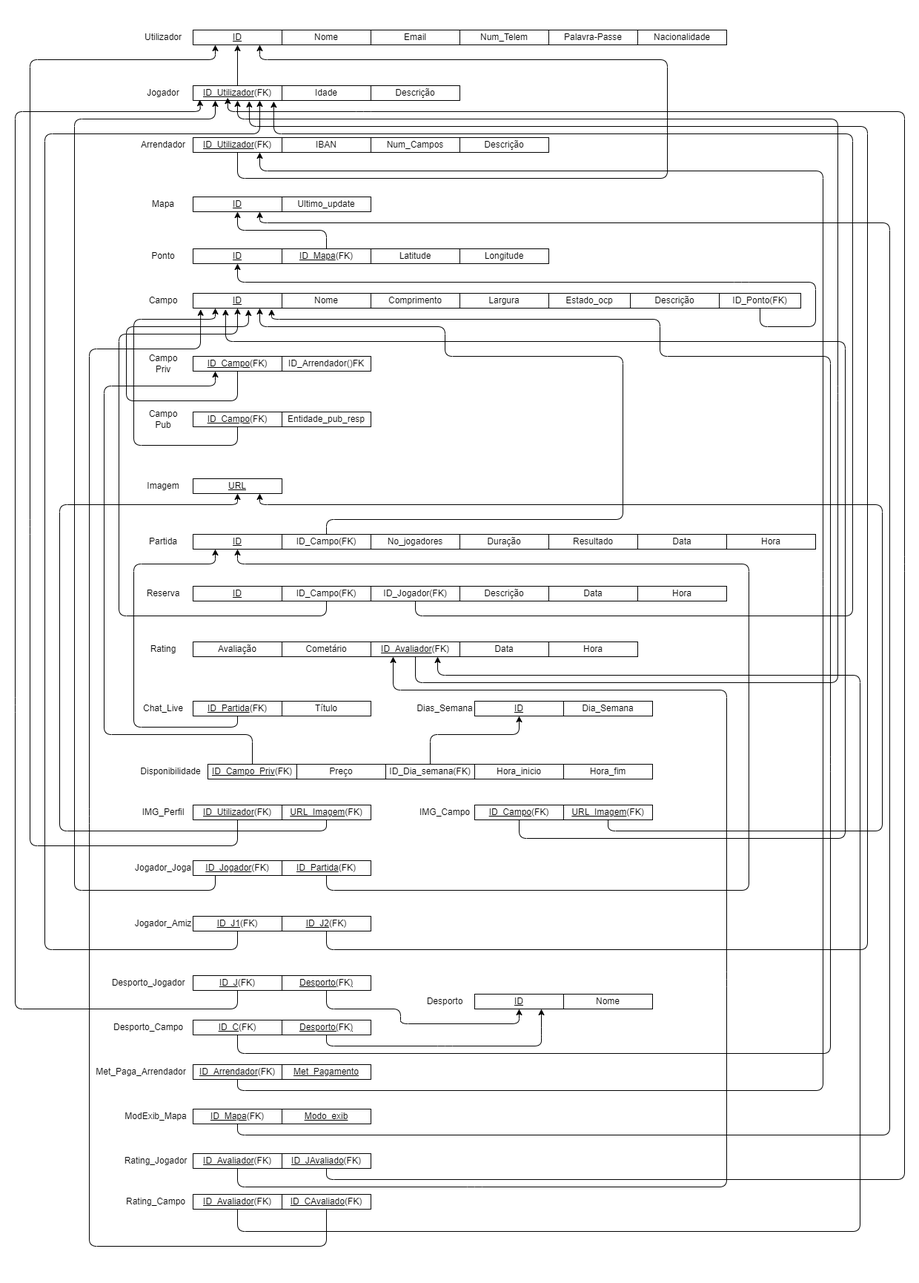
Earlier version of the draw.io export ER_SL.png (Paul-Y5/Projeto_SPORTSLINK-BD). Source tidied: cells renumbered, new cells last; positions are measured from the earlier drawing's top-left corner, leaving out a move shared by most shapes.
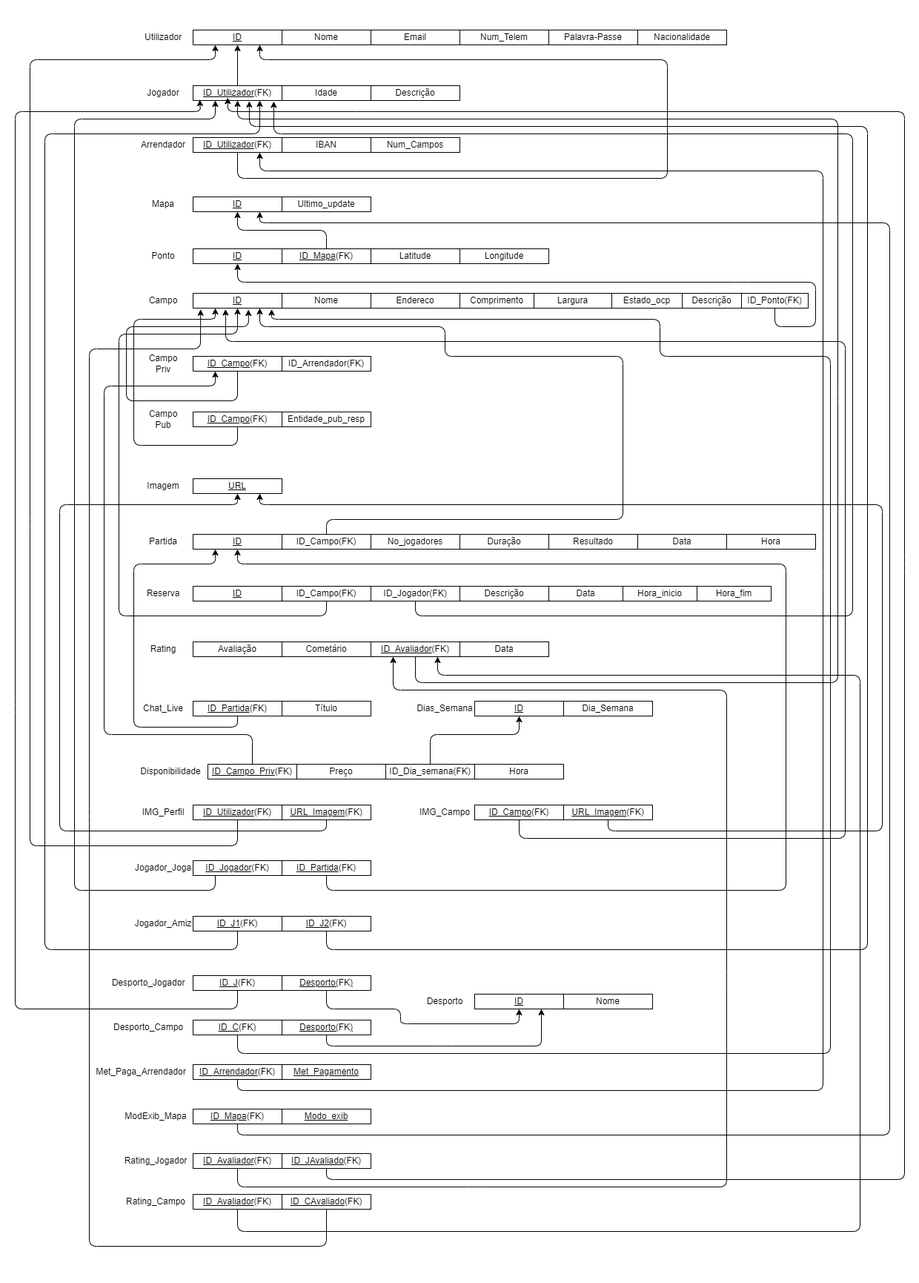
After the change.

What changed in the source:
```diff
@@ -60,9 +60,6 @@
     <mxCell id="18" value="Num_Campos" style="rounded=0;whiteSpace=wrap;html=1;" parent="1" vertex="1">
       <mxGeometry x="500" y="185" width="120" height="20" as="geometry" />
     </mxCell>
-    <mxCell id="19" value="Descrição" style="rounded=0;whiteSpace=wrap;html=1;" parent="1" vertex="1">
-      <mxGeometry x="620" y="185" width="120" height="20" as="geometry" />
-    </mxCell>
     <mxCell id="20" value="Arrendador" style="text;html=1;align=center;verticalAlign=middle;whiteSpace=wrap;rounded=0;" parent="1" vertex="1">
       <mxGeometry x="190" y="180" width="60" height="30" as="geometry" />
     </mxCell>
@@ -73,15 +70,15 @@
       <mxGeometry x="380" y="395" width="120" height="20" as="geometry" />
     </mxCell>
     <mxCell id="23" value="Comprimento" style="rounded=0;whiteSpace=wrap;html=1;" parent="1" vertex="1">
-      <mxGeometry x="500" y="395" width="120" height="20" as="geometry" />
+      <mxGeometry x="620" y="395" width="100" height="20" as="geometry" />
     </mxCell>
-    <mxCell id="24" style="rounded=0;whiteSpace=wrap;html=1;" parent="1" vertex="1">
-      <mxGeometry x="720" y="395" width="120" height="20" as="geometry" />
+    <mxCell id="24" value="Endereco" style="rounded=0;whiteSpace=wrap;html=1;" parent="1" vertex="1">
+      <mxGeometry x="500" y="395" width="120" height="20" as="geometry" />
     </mxCell>
     <mxCell id="25" value="&lt;u&gt;ID_Campo&lt;/u&gt;(FK)" style="rounded=0;whiteSpace=wrap;html=1;" parent="1" vertex="1">
       <mxGeometry x="260" y="480" width="120" height="20" as="geometry" />
     </mxCell>
-    <mxCell id="26" value="ID_Arrendador()FK" style="rounded=0;whiteSpace=wrap;html=1;" parent="1" vertex="1">
+    <mxCell id="26" value="ID_Arrendador(FK)" style="rounded=0;whiteSpace=wrap;html=1;" parent="1" vertex="1">
       <mxGeometry x="380" y="480" width="120" height="20" as="geometry" />
     </mxCell>
     <mxCell id="27" value="Campo Priv" style="text;html=1;align=center;verticalAlign=middle;whiteSpace=wrap;rounded=0;" parent="1" vertex="1">
@@ -178,10 +175,10 @@
       <mxGeometry x="620" y="790" width="120" height="20" as="geometry" />
     </mxCell>
     <mxCell id="48" value="Data" style="rounded=0;whiteSpace=wrap;html=1;" parent="1" vertex="1">
-      <mxGeometry x="740" y="790" width="120" height="20" as="geometry" />
+      <mxGeometry x="740" y="790" width="100" height="20" as="geometry" />
     </mxCell>
     <mxCell id="49" value="Hora" style="rounded=0;whiteSpace=wrap;html=1;" parent="1" vertex="1">
-      <mxGeometry x="860" y="790" width="120" height="20" as="geometry" />
+      <mxGeometry x="640" y="1030" width="120" height="20" as="geometry" />
     </mxCell>
     <mxCell id="50" value="Reserva" style="text;html=1;align=center;verticalAlign=middle;whiteSpace=wrap;rounded=0;" parent="1" vertex="1">
       <mxGeometry x="190" y="785" width="60" height="30" as="geometry" />
@@ -280,8 +277,8 @@
       <mxGeometry relative="1" as="geometry">
         <Array as="points">
           <mxPoint x="440" y="1200" />
-          <mxPoint x="1010" y="1200" />
-          <mxPoint x="1010" y="760" />
+          <mxPoint x="1060" y="1200" />
+          <mxPoint x="1060" y="760" />
           <mxPoint x="320" y="760" />
         </Array>
       </mxGeometry>
@@ -301,7 +298,7 @@
     <mxCell id="74" style="edgeStyle=none;html=1;exitX=0.5;exitY=1;exitDx=0;exitDy=0;entryX=0.5;entryY=1;entryDx=0;entryDy=0;" parent="1" edge="1" source="82" target="79">
       <mxGeometry relative="1" as="geometry">
         <Array as="points">
-          <mxPoint x="1025" y="440" />
+          <mxPoint x="1045" y="440" />
           <mxPoint x="1100" y="440" />
           <mxPoint x="1100" y="380" />
           <mxPoint x="1000" y="380" />
@@ -310,7 +307,7 @@
       </mxGeometry>
     </mxCell>
     <mxCell id="75" value="Estado_ocp" style="rounded=0;whiteSpace=wrap;html=1;" parent="1" vertex="1">
-      <mxGeometry x="740" y="395" width="110" height="20" as="geometry" />
+      <mxGeometry x="825" y="395" width="95" height="20" as="geometry" />
     </mxCell>
     <mxCell id="76" value="Campo" style="text;html=1;align=center;verticalAlign=middle;whiteSpace=wrap;rounded=0;" parent="1" vertex="1">
       <mxGeometry x="190" y="390" width="60" height="30" as="geometry" />
@@ -338,10 +335,10 @@
       <mxGeometry x="190" y="330" width="60" height="30" as="geometry" />
     </mxCell>
     <mxCell id="82" value="ID_Ponto(FK)" style="rounded=0;whiteSpace=wrap;html=1;" parent="1" vertex="1">
-      <mxGeometry x="970" y="395" width="110" height="20" as="geometry" />
+      <mxGeometry x="1000" y="395" width="90" height="20" as="geometry" />
     </mxCell>
     <mxCell id="83" value="Descrição&lt;span style=&quot;font-family: monospace; font-size: 0px; text-align: start; text-wrap-mode: nowrap;&quot;&gt;%3CmxGraphModel%3E%3Croot%3E%3CmxCell%20id%3D%220%22%2F%3E%3CmxCell%20id%3D%221%22%20parent%3D%220%22%2F%3E%3CmxCell%20id%3D%222%22%20value%3D%22ID_Ponto(FK)%22%20style%3D%22rounded%3D0%3BwhiteSpace%3Dwrap%3Bhtml%3D1%3B%22%20vertex%3D%221%22%20parent%3D%221%22%3E%3CmxGeometry%20x%3D%22440%22%20y%3D%22395%22%20width%3D%22120%22%20height%3D%2220%22%20as%3D%22geometry%22%2F%3E%3C%2FmxCell%3E%3C%2Froot%3E%3C%2FmxGraphModel%3E&lt;/span&gt;" style="rounded=0;whiteSpace=wrap;html=1;" parent="1" vertex="1">
-      <mxGeometry x="850" y="395" width="120" height="20" as="geometry" />
+      <mxGeometry x="920" y="395" width="80" height="20" as="geometry" />
     </mxCell>
     <mxCell id="84" style="edgeStyle=none;html=1;exitX=0.5;exitY=1;exitDx=0;exitDy=0;entryX=0.75;entryY=1;entryDx=0;entryDy=0;" parent="1" edge="1" source="85" target="11">
       <mxGeometry relative="1" as="geometry">
@@ -615,14 +612,11 @@
       <mxGeometry x="620" y="335" width="120" height="20" as="geometry" />
     </mxCell>
     <mxCell id="134" value="Largura" style="rounded=0;whiteSpace=wrap;html=1;" parent="1" vertex="1">
-      <mxGeometry x="620" y="395" width="120" height="20" as="geometry" />
+      <mxGeometry x="720" y="395" width="105" height="20" as="geometry" />
     </mxCell>
     <mxCell id="135" value="Data" style="rounded=0;whiteSpace=wrap;html=1;" parent="1" vertex="1">
       <mxGeometry x="620" y="865" width="120" height="20" as="geometry" />
     </mxCell>
-    <mxCell id="136" value="Hora" style="rounded=0;whiteSpace=wrap;html=1;" parent="1" vertex="1">
-      <mxGeometry x="740" y="865" width="120" height="20" as="geometry" />
-    </mxCell>
     <mxCell id="137" style="edgeStyle=none;html=1;exitX=0.5;exitY=0;exitDx=0;exitDy=0;entryX=0.5;entryY=1;entryDx=0;entryDy=0;" parent="1" edge="1" source="138" target="141">
       <mxGeometry relative="1" as="geometry">
         <Array as="points">
@@ -634,12 +628,6 @@
     <mxCell id="138" value="ID_Dia_semana(FK)" style="rounded=0;whiteSpace=wrap;html=1;" parent="1" vertex="1">
       <mxGeometry x="520" y="1030" width="120" height="20" as="geometry" />
     </mxCell>
-    <mxCell id="139" value="Hora_fim" style="rounded=0;whiteSpace=wrap;html=1;" parent="1" vertex="1">
-      <mxGeometry x="760" y="1030" width="120" height="20" as="geometry" />
-    </mxCell>
-    <mxCell id="140" value="Hora_inicio" style="rounded=0;whiteSpace=wrap;html=1;" parent="1" vertex="1">
-      <mxGeometry x="640" y="1030" width="120" height="20" as="geometry" />
-    </mxCell>
     <mxCell id="141" value="&lt;u&gt;ID&lt;/u&gt;" style="rounded=0;whiteSpace=wrap;html=1;" parent="1" vertex="1">
       <mxGeometry x="640" y="945" width="120" height="20" as="geometry" />
     </mxCell>
@@ -649,5 +637,11 @@
     <mxCell id="143" value="Dias_Semana" style="text;html=1;align=center;verticalAlign=middle;whiteSpace=wrap;rounded=0;" parent="1" vertex="1">
       <mxGeometry x="570" y="940" width="60" height="30" as="geometry" />
     </mxCell>
+    <mxCell id="139" value="Hora_fim" style="rounded=0;whiteSpace=wrap;html=1;" parent="1" vertex="1">
+      <mxGeometry x="940" y="790" width="100" height="20" as="geometry" />
+    </mxCell>
+    <mxCell id="140" value="Hora_inicio" style="rounded=0;whiteSpace=wrap;html=1;" parent="1" vertex="1">
+      <mxGeometry x="840" y="790" width="100" height="20" as="geometry" />
+    </mxCell>
   </root>
 </mxGraphModel>
```
